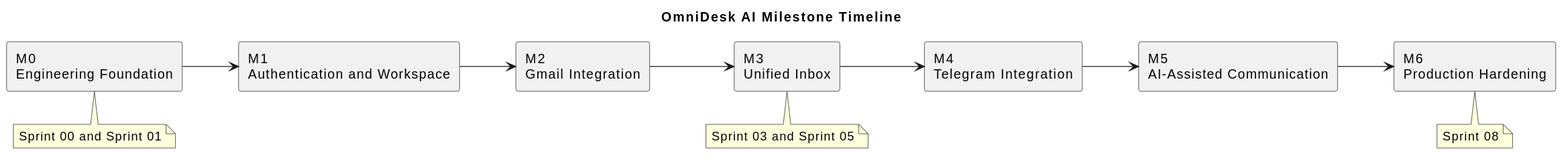
The PlantUML diagram docs/project-management/diagrams/milestone-timeline.svg in Farhad-Valizadegan/Web-OmniDesk, before a commit.
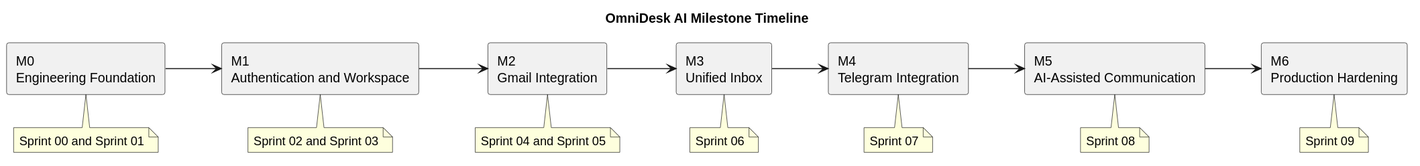
Above is the later version.

Commit message:
docs: regenerate normalized milestone diagrams

The edit, as a diff of the source:
```diff
@@ -23,11 +23,27 @@
 Sprint 00 and Sprint 01
 end note
 
+note bottom of M1
+Sprint 02 and Sprint 03
+end note
+
+note bottom of M2
+Sprint 04 and Sprint 05
+end note
+
 note bottom of M3
-Sprint 03 and Sprint 05
+Sprint 06
+end note
+
+note bottom of M4
+Sprint 07
+end note
+
+note bottom of M5
+Sprint 08
 end note
 
 note bottom of M6
-Sprint 08
+Sprint 09
 end note
 @enduml
```
